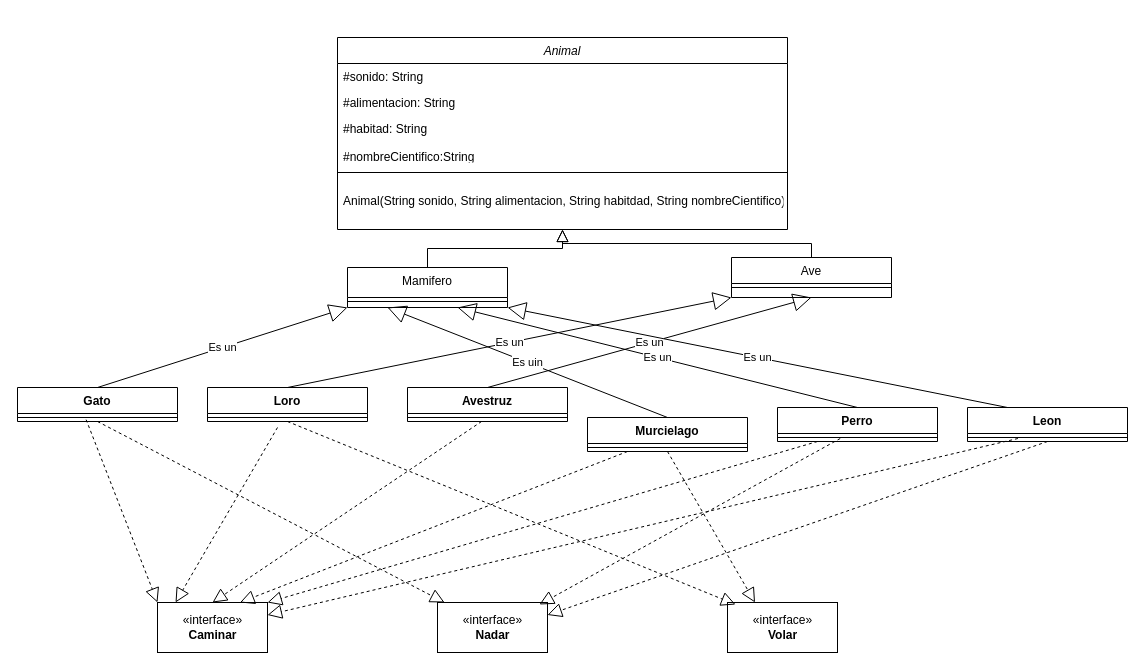
Above: Untitled Diagram.drawio in Martin0506/Actividad5 (draw.io), before the change. Source tidied: cells renumbered, new cells numbered last; positions are measured from the earlier drawing's top-left corner, leaving out a move shared by most shapes. Both pictures are drawn from the tidied source at 100%, with x=0, y=0 at pixel (17, 37).
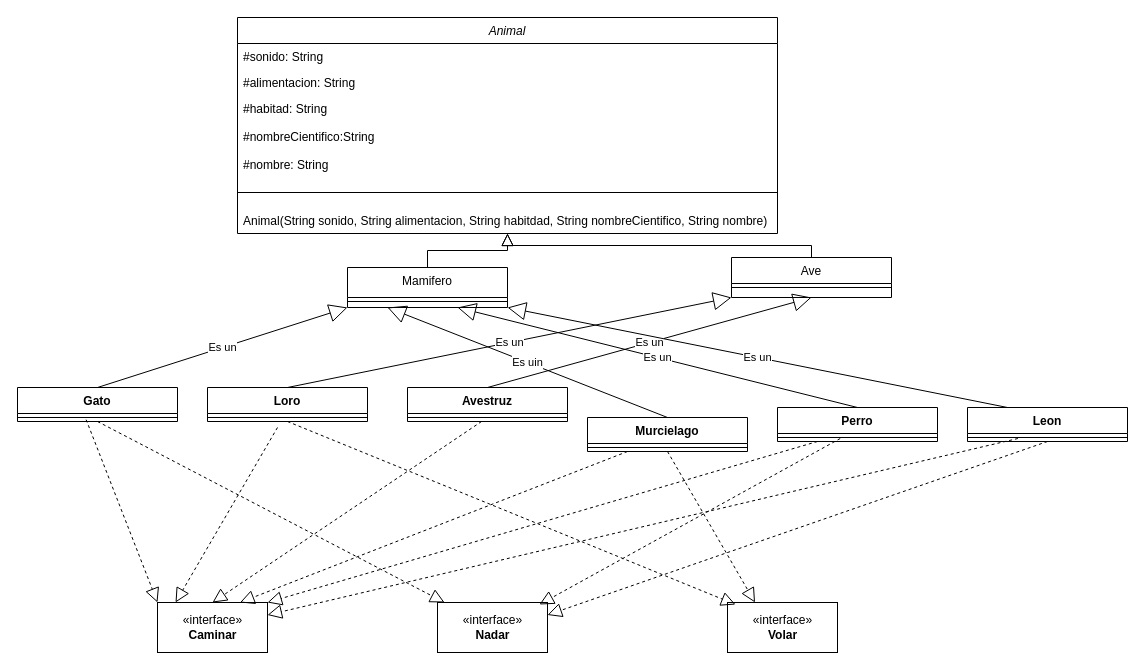
After the change.

The edit, as a diff of the source:
```diff
@@
     <mxCell id="2" value="Animal" style="swimlane;fontStyle=2;align=center;verticalAlign=top;horizontal=1;startSize=26;rounded=0;shadow=0;strokeWidth=1;" parent="1" vertex="1">
-      <mxGeometry x="320" width="450" height="192" as="geometry" />
+      <mxGeometry x="220" y="-20" width="540" height="216" as="geometry" />
     </mxCell>
     <mxCell id="3" value="#sonido: String" style="text;align=left;verticalAlign=top;spacingLeft=4;spacingRight=4;overflow=hidden;" parent="2" vertex="1">
-      <mxGeometry y="26" width="450" height="26" as="geometry" />
+      <mxGeometry y="26" width="540" height="26" as="geometry" />
     </mxCell>
     <mxCell id="4" value="#alimentacion: String" style="text;align=left;verticalAlign=top;spacingLeft=4;spacingRight=4;overflow=hidden;rounded=0;shadow=0;html=0;" parent="2" vertex="1">
-      <mxGeometry y="52" width="450" height="26" as="geometry" />
+      <mxGeometry y="52" width="540" height="26" as="geometry" />
     </mxCell>
-    <mxCell id="5" value="#habitad: String&#10;&#10;#nombreCientifico:String" style="text;align=left;verticalAlign=top;spacingLeft=4;spacingRight=4;overflow=hidden;rounded=0;shadow=0;html=0;" parent="2" vertex="1">
-      <mxGeometry y="78" width="450" height="42" as="geometry" />
+    <mxCell id="5" value="#habitad: String&#10;&#10;#nombreCientifico:String&#10;&#10;#nombre: String" style="text;align=left;verticalAlign=top;spacingLeft=4;spacingRight=4;overflow=hidden;rounded=0;shadow=0;html=0;" parent="2" vertex="1">
+      <mxGeometry y="78" width="540" height="82" as="geometry" />
     </mxCell>
     <mxCell id="6" style="line;html=1;strokeWidth=1;align=left;verticalAlign=middle;spacingTop=-1;spacingLeft=3;spacingRight=3;labelPosition=right;" parent="2" vertex="1">
-      <mxGeometry y="120" width="450" height="30" as="geometry" />
+      <mxGeometry y="160" width="540" height="30" as="geometry" />
     </mxCell>
-    <mxCell id="7" value="Animal(String sonido, String alimentacion, String habitdad, String nombreCientifico)" style="text;align=left;verticalAlign=top;spacingLeft=4;spacingRight=4;overflow=hidden;" parent="2" vertex="1">
-      <mxGeometry y="150" width="450" height="26" as="geometry" />
+    <mxCell id="7" value="Animal(String sonido, String alimentacion, String habitdad, String nombreCientifico, String nombre)" style="text;align=left;verticalAlign=top;spacingLeft=4;spacingRight=4;overflow=hidden;" parent="2" vertex="1">
+      <mxGeometry y="190" width="540" height="26" as="geometry" />
     </mxCell>
```
